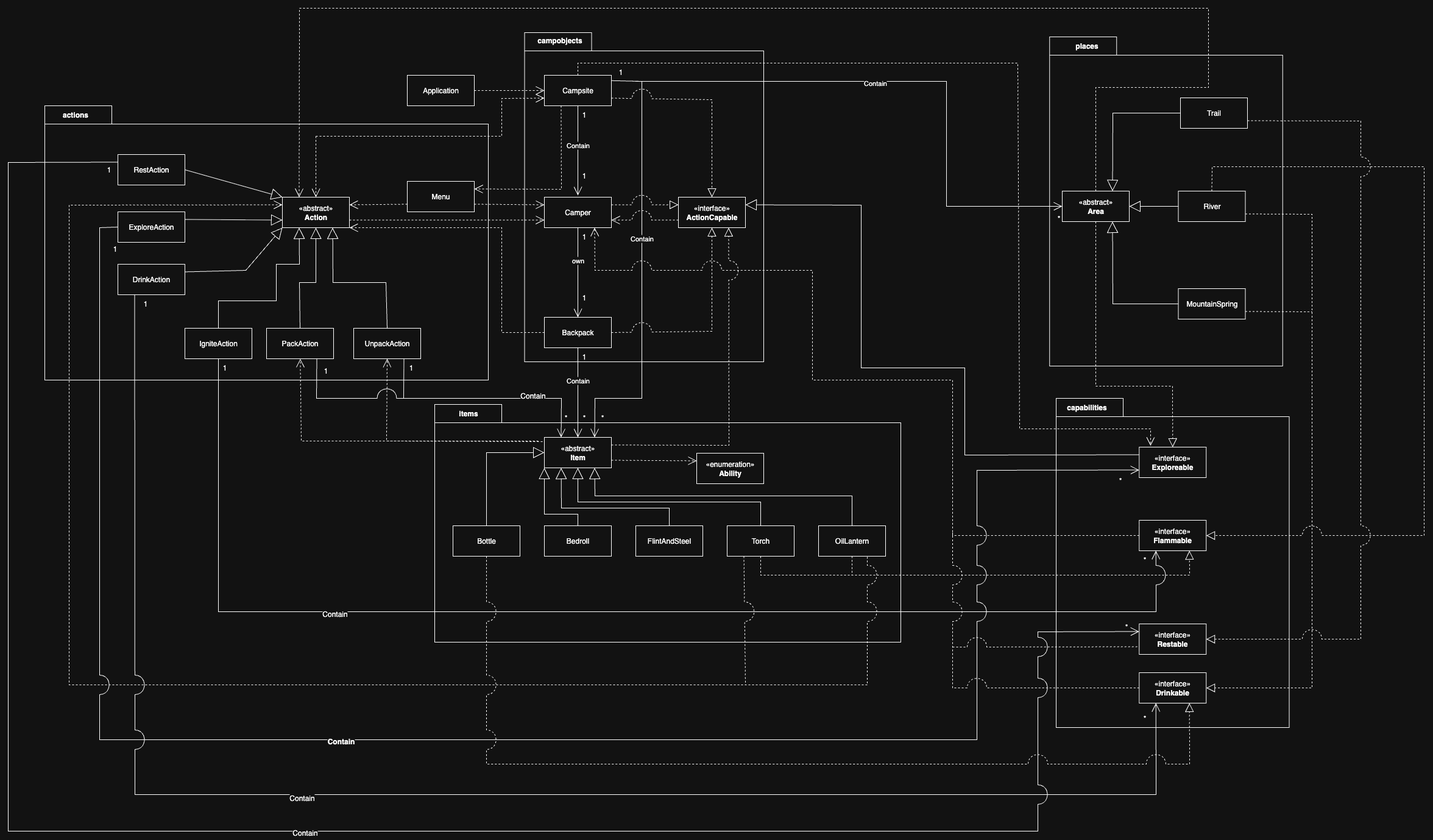
The draw.io diagram docs/w5-uml.png in Fanka2005/Bootcamp_OOP_Camper, before a commit. Source tidied: cells renumbered, new cells last; positions are measured from the earlier drawing's top-left corner, leaving out a move shared by most shapes.
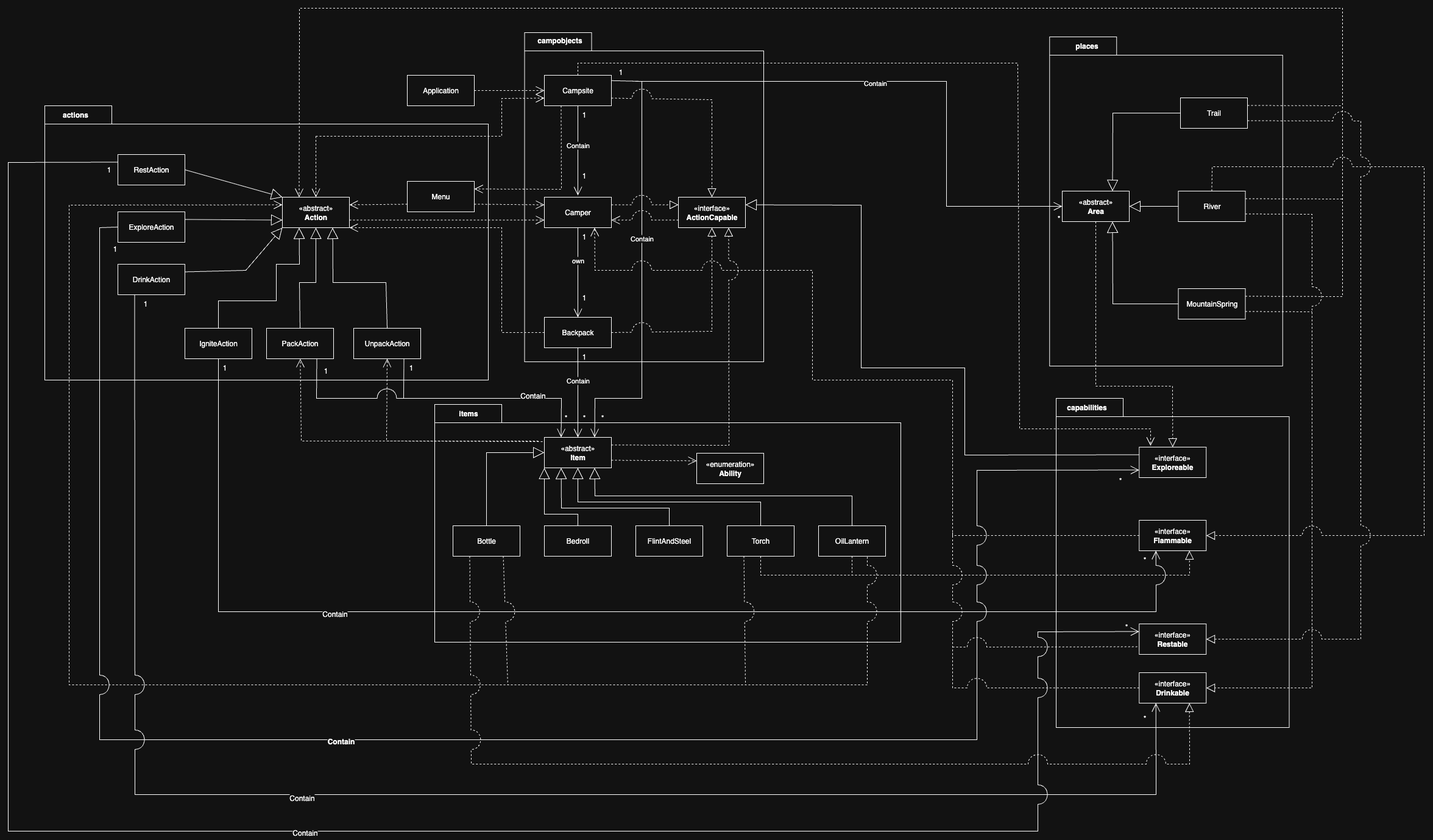
Later version of the same file.

Commit message:
(Week 5) Change dependecy line in UML Diagram

- Change the dependency line from Abstract Area classs to Action class to from each specific child classes of Area class to Action class.

What changed in the source:
```diff
@@ -425,11 +425,11 @@
     <mxCell id="91" value="Contain" style="edgeLabel;html=1;align=center;verticalAlign=middle;strokeColor=default;spacingTop=10;fontFamily=Helvetica;fontSize=12;fontColor=default;fontStyle=1;fillColor=default;" parent="90" vertex="1">
       <mxGeometry x="-0.16" y="3" relative="1" as="geometry" />
     </mxCell>
-    <mxCell id="92" style="endArrow=open;endSize=12;dashed=1;html=1;rounded=0;fontFamily=Helvetica;fontSize=12;fontColor=default;fontStyle=1;entryX=0.25;entryY=0;entryDx=0;entryDy=0;exitX=0.5;exitY=0;exitDx=0;exitDy=0;" parent="1" edge="1" source="115" target="35">
+    <mxCell id="92" style="endArrow=open;endSize=12;dashed=1;html=1;rounded=0;fontFamily=Helvetica;fontSize=12;fontColor=default;fontStyle=1;entryX=0.25;entryY=0;entryDx=0;entryDy=0;exitX=1;exitY=0.25;exitDx=0;exitDy=0;" parent="1" edge="1" source="87" target="35">
       <mxGeometry relative="1" as="geometry">
         <Array as="points">
-          <mxPoint x="1785" y="130" />
-          <mxPoint x="1970" y="130" />
+          <mxPoint x="2190" y="473" />
+          <mxPoint x="2190" />
           <mxPoint x="1970" />
           <mxPoint x="478" />
         </Array>
@@ -559,10 +559,10 @@
         <mxPoint x="450" y="310" as="targetPoint" />
       </mxGeometry>
     </mxCell>
-    <mxCell id="114" style="endArrow=block;dashed=1;endFill=0;endSize=12;html=1;rounded=0;fontFamily=Helvetica;fontSize=12;fontColor=default;fontStyle=1;exitX=0.5;exitY=1;exitDx=0;exitDy=0;jumpStyle=arc;jumpSize=32;entryX=0.75;entryY=1;entryDx=0;entryDy=0;" parent="1" edge="1" source="8" target="98">
+    <mxCell id="114" style="endArrow=block;dashed=1;endFill=0;endSize=12;html=1;rounded=0;fontFamily=Helvetica;fontSize=12;fontColor=default;fontStyle=1;exitX=0.25;exitY=1;exitDx=0;exitDy=0;jumpStyle=arc;jumpSize=32;entryX=0.75;entryY=1;entryDx=0;entryDy=0;" parent="1" edge="1" source="8" target="98">
       <mxGeometry relative="1" as="geometry">
         <Array as="points">
-          <mxPoint x="785" y="1240" />
+          <mxPoint x="760" y="1240" />
           <mxPoint x="1939" y="1240" />
         </Array>
       </mxGeometry>
@@ -628,5 +628,20 @@
     <mxCell id="129" value="*" style="text;html=1;align=center;verticalAlign=middle;strokeColor=none;fillColor=none;" parent="1" vertex="1">
       <mxGeometry x="1810" y="760" width="30" height="30" as="geometry" />
     </mxCell>
+    <mxCell id="130" style="endArrow=none;endFill=0;endSize=12;html=1;rounded=0;fontFamily=Helvetica;fontSize=12;fontColor=default;fontStyle=1;exitX=0.75;exitY=1;exitDx=0;exitDy=0;jumpStyle=arc;jumpSize=32;dashed=1;" parent="1" edge="1" source="8">
+      <mxGeometry relative="1" as="geometry">
+        <mxPoint x="820" y="1110" as="targetPoint" />
+      </mxGeometry>
+    </mxCell>
+    <mxCell id="131" style="endArrow=none;endSize=12;dashed=1;html=1;rounded=0;fontFamily=Helvetica;fontSize=12;fontColor=default;fontStyle=1;exitX=1;exitY=0.25;exitDx=0;exitDy=0;endFill=0;jumpStyle=arc;jumpSize=32;" parent="1" edge="1" source="86">
+      <mxGeometry x="0.02" relative="1" as="geometry">
+        <mxPoint x="2190" y="313" as="targetPoint" />
+      </mxGeometry>
+    </mxCell>
+    <mxCell id="132" style="endArrow=none;endSize=12;dashed=1;html=1;rounded=0;fontFamily=Helvetica;fontSize=12;fontColor=default;fontStyle=1;exitX=1;exitY=0.25;exitDx=0;exitDy=0;endFill=0;jumpStyle=arc;jumpSize=32;" parent="1" edge="1" source="85">
+      <mxGeometry x="0.02" relative="1" as="geometry">
+        <mxPoint x="2190" y="160" as="targetPoint" />
+      </mxGeometry>
+    </mxCell>
   </root>
 </mxGraphModel>
```
